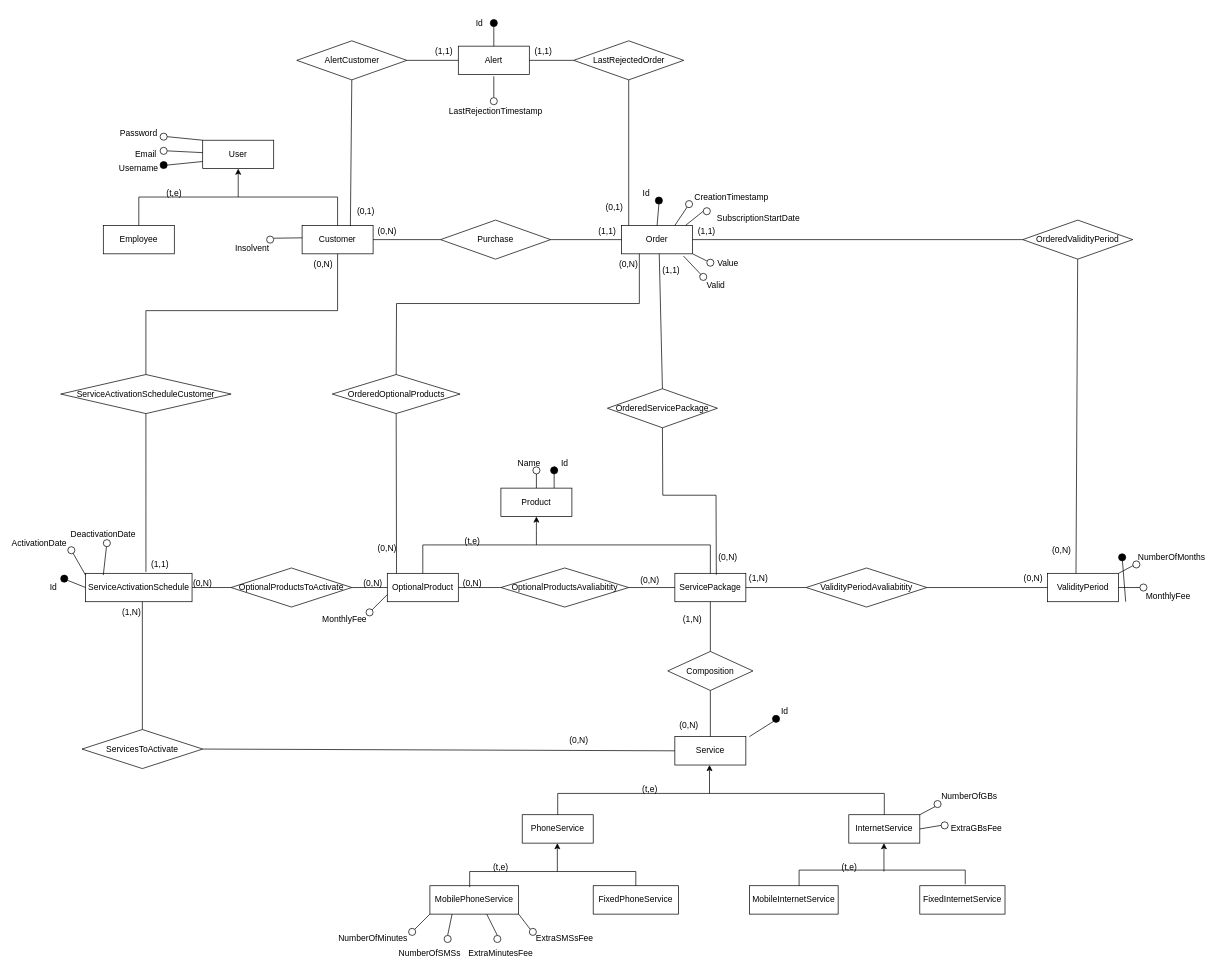
Earlier version of the draw.io diagram ER.drawio (GianlucaLombardo13/db2-lombardo-magri). Source tidied: cells renumbered, new cells numbered last; positions are measured from the earlier drawing's top-left corner, leaving out a move shared by most shapes. Both pictures are drawn from the tidied source at 71%, with x=0, y=0 at pixel (18, 12).
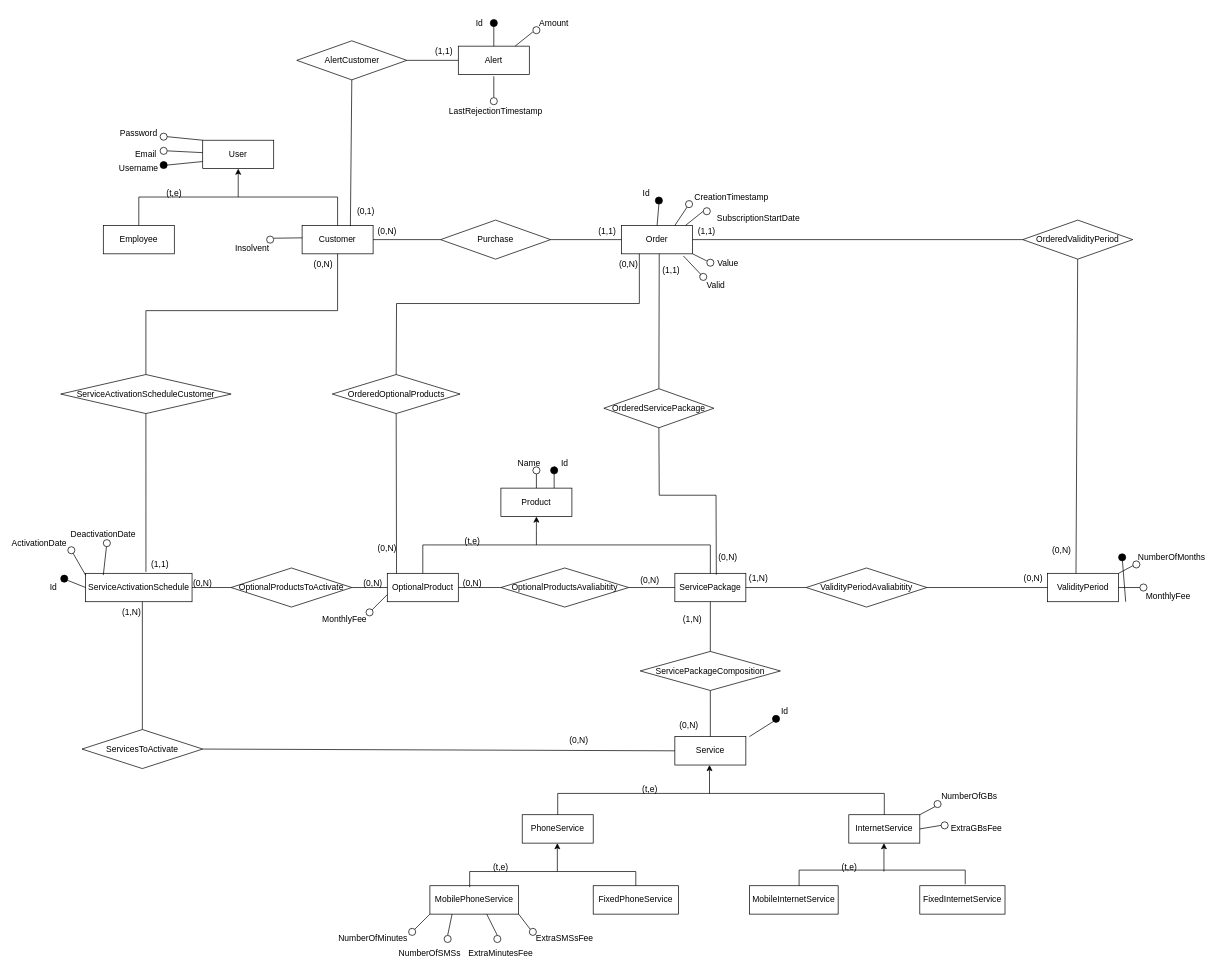
The same page after the edit.

Unchanged cells that the change refers to:
```xml
<mxCell id="25" value="ServicePackage" style="whiteSpace=wrap;html=1;align=center;fillColor=#FFFFFF;" parent="1" vertex="1">
  <mxGeometry x="925" y="790" width="100" height="40" as="geometry" />
</mxCell>
<mxCell id="101" value="(1,1)" style="text;html=1;strokeColor=none;fillColor=none;align=center;verticalAlign=middle;whiteSpace=wrap;rounded=0;" parent="1" vertex="1">
  <mxGeometry x="800" y="292.5" width="60" height="30" as="geometry" />
</mxCell>
<mxCell id="159" value="Alert" style="whiteSpace=wrap;html=1;align=center;strokeColor=#000000;fillColor=#FFFFFF;" parent="1" vertex="1">
  <mxGeometry x="620" y="47.5" width="100" height="40" as="geometry" />
</mxCell>
```

The edit, as a diff of the source:
```diff
@@
-    <mxCell id="31" value="Composition" style="shape=rhombus;perimeter=rhombusPerimeter;whiteSpace=wrap;html=1;align=center;fillColor=#FFFFFF;" parent="1" vertex="1">
-      <mxGeometry x="915" y="900" width="120" height="55" as="geometry" />
+    <mxCell id="31" value="ServicePackageComposition" style="shape=rhombus;perimeter=rhombusPerimeter;whiteSpace=wrap;html=1;align=center;fillColor=#FFFFFF;" parent="1" vertex="1">
+      <mxGeometry x="876.2" y="900" width="197.5" height="55" as="geometry" />
     </mxCell>
@@
     <mxCell id="102" value="OrderedServicePackage" style="shape=rhombus;perimeter=rhombusPerimeter;whiteSpace=wrap;html=1;align=center;fillColor=#FFFFFF;" parent="1" vertex="1">
-      <mxGeometry x="830" y="530" width="155" height="55" as="geometry" />
+      <mxGeometry x="825" y="530" width="155" height="55" as="geometry" />
     </mxCell>
@@
     <mxCell id="104" style="endArrow=none;html=1;rounded=0;entryX=0.5;entryY=1;entryDx=0;entryDy=0;exitX=0.584;exitY=0.051;exitDx=0;exitDy=0;exitPerimeter=0;" parent="1" edge="1" source="25" target="102">
       <mxGeometry relative="1" as="geometry">
         <Array as="points">
           <mxPoint x="983" y="680" />
-          <mxPoint x="908" y="680" />
+          <mxPoint x="903" y="680" />
         </Array>
       </mxGeometry>
     </mxCell>
@@
-    <mxCell id="166" value="LastRejectedOrder" style="shape=rhombus;perimeter=rhombusPerimeter;whiteSpace=wrap;html=1;align=center;fillColor=#FFFFFF;" parent="1" vertex="1">
-      <mxGeometry x="782.5" y="40" width="155" height="55" as="geometry" />
-    </mxCell>
@@
-    <mxCell id="169" style="endArrow=none;html=1;rounded=0;exitX=1;exitY=0.5;exitDx=0;exitDy=0;entryX=0;entryY=0.5;entryDx=0;entryDy=0;" parent="1" edge="1" source="159" target="166">
-      <mxGeometry relative="1" as="geometry" />
-    </mxCell>
-    <mxCell id="170" style="endArrow=none;html=1;rounded=0;entryX=0.5;entryY=1;entryDx=0;entryDy=0;exitX=1;exitY=0.25;exitDx=0;exitDy=0;" parent="1" edge="1" source="101" target="166">
-      <mxGeometry relative="1" as="geometry" />
-    </mxCell>
-    <mxCell id="171" value="(1,1)" style="text;html=1;strokeColor=none;fillColor=none;align=center;verticalAlign=middle;whiteSpace=wrap;rounded=0;" parent="1" vertex="1">
-      <mxGeometry x="710" y="40" width="60" height="30" as="geometry" />
-    </mxCell>
-    <mxCell id="172" value="(0,1)" style="text;html=1;strokeColor=none;fillColor=none;align=center;verticalAlign=middle;whiteSpace=wrap;rounded=0;" parent="1" vertex="1">
-      <mxGeometry x="810" y="260" width="60" height="30" as="geometry" />
-    </mxCell>
@@
+    <mxCell id="182" style="ellipse;whiteSpace=wrap;html=1;fillColor=#FFFFFF;" parent="1" vertex="1">
+      <mxGeometry x="725" y="20" width="10" height="10" as="geometry" />
+    </mxCell>
+    <mxCell id="183" style="endArrow=none;html=1;rounded=0;exitX=0;exitY=0.25;exitDx=0;exitDy=0;entryX=0;entryY=0.5;entryDx=0;entryDy=0;" parent="1" edge="1">
+      <mxGeometry relative="1" as="geometry">
+        <mxPoint x="700" y="47.5" as="sourcePoint" />
+        <mxPoint x="725" y="27.5" as="targetPoint" />
+      </mxGeometry>
+    </mxCell>
+    <mxCell id="184" value="Amount" style="text;html=1;strokeColor=none;fillColor=none;align=center;verticalAlign=middle;whiteSpace=wrap;rounded=0;" parent="1" vertex="1">
+      <mxGeometry x="725" width="60" height="30" as="geometry" />
+    </mxCell>
```
